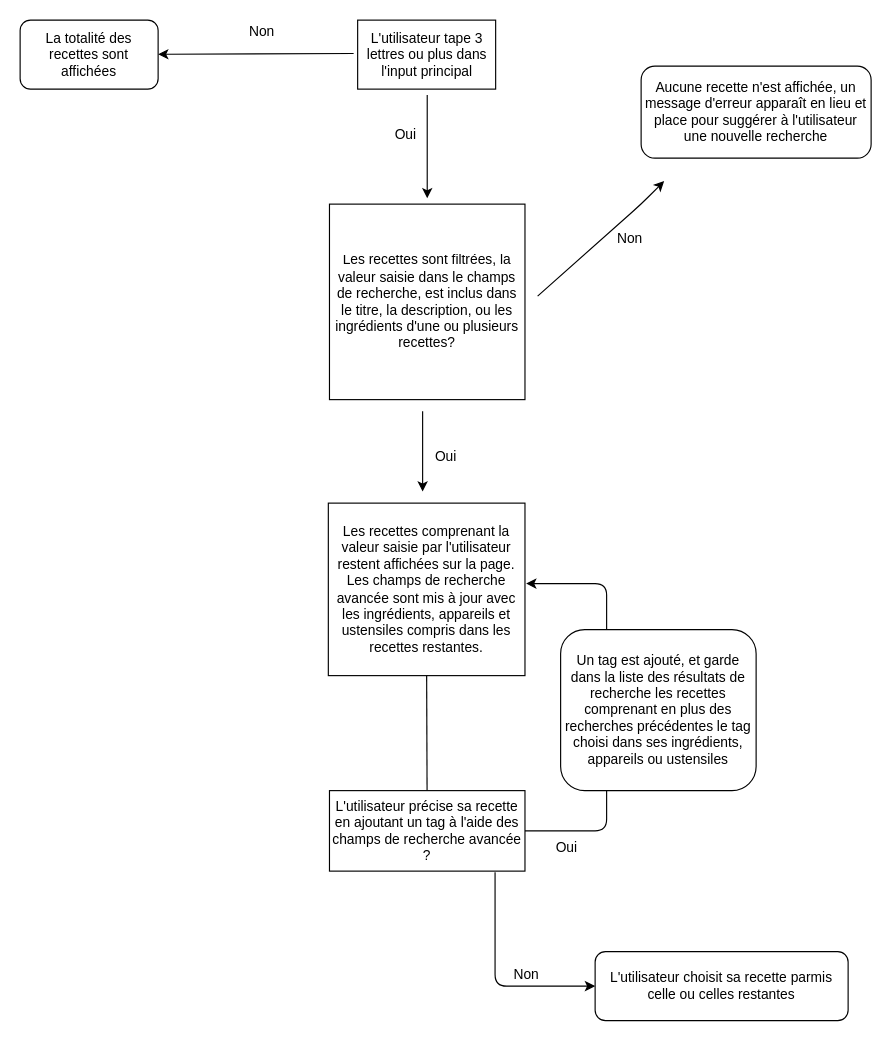
Earlier version of the draw.io diagram Untitled Diagram.drawio (Ngc1987/Les-petits-plats). Source tidied: cells renumbered, new cells numbered last; positions are measured from the earlier drawing's top-left corner, leaving out a move shared by most shapes. Both pictures are drawn from the tidied source at 115%, with x=0, y=0 at pixel (20, 20).
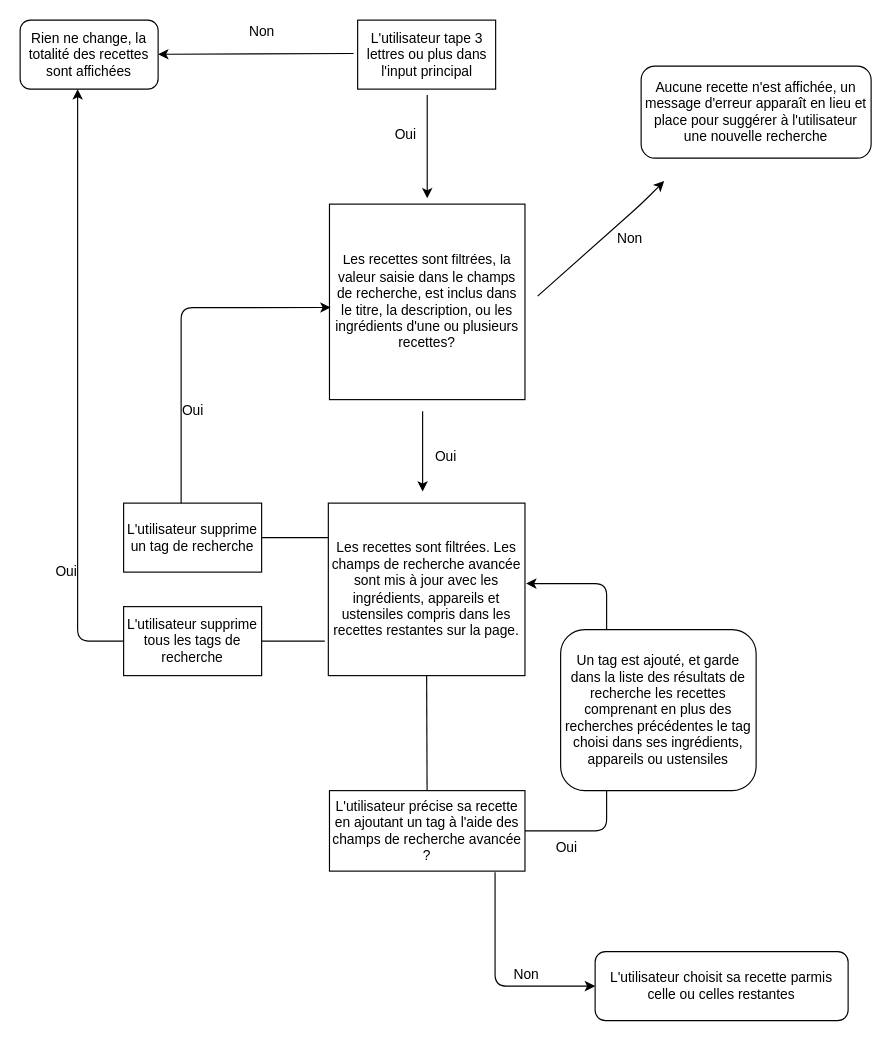
Above is the later version.

Commit message:
Update diagram of algo 1

Unchanged cells that the change refers to:
```xml
<mxCell id="8" value="&lt;span&gt;Les recettes sont filtrées, la valeur saisie dans le champs de recherche, est inclus dans le titre, la description, ou les ingrédients d'une ou plusieurs recettes?&lt;/span&gt;" style="whiteSpace=wrap;html=1;" parent="1" vertex="1">
  <mxGeometry x="269" y="160" width="170" height="170" as="geometry" />
</mxCell>
```

Diff of the diagram source:
```diff
@@
-    <mxCell id="2" value="La totalité des recettes sont affichées" style="rounded=1;whiteSpace=wrap;html=1;" parent="1" vertex="1">
+    <mxCell id="2" value="Rien ne change, la totalité des recettes sont affichées" style="rounded=1;whiteSpace=wrap;html=1;" parent="1" vertex="1">
       <mxGeometry width="120" height="60" as="geometry" />
     </mxCell>
@@
-    <mxCell id="12" value="Les recettes comprenant la valeur saisie par l'utilisateur restent affichées sur la page. Les champs de recherche avancée sont mis à jour avec les ingrédients, appareils et ustensiles compris dans les recettes restantes." style="rounded=0;whiteSpace=wrap;html=1;" parent="1" vertex="1">
+    <mxCell id="12" value="Les recettes sont filtrées. Les champs de recherche avancée sont mis à jour avec les ingrédients, appareils et ustensiles compris dans les recettes restantes sur la page." style="rounded=0;whiteSpace=wrap;html=1;" parent="1" vertex="1">
       <mxGeometry x="268" y="420" width="171" height="150" as="geometry" />
     </mxCell>
@@
+    <mxCell id="23" value="L'utilisateur supprime tous&amp;nbsp;les tags de recherche" style="rounded=0;whiteSpace=wrap;html=1;" parent="1" vertex="1">
+      <mxGeometry x="90" y="510" width="120" height="60" as="geometry" />
+    </mxCell>
+    <mxCell id="24" value="L'utilisateur supprime un tag de recherche" style="rounded=0;whiteSpace=wrap;html=1;" parent="1" vertex="1">
+      <mxGeometry x="90" y="420" width="120" height="60" as="geometry" />
+    </mxCell>
+    <mxCell id="25" style="endArrow=none;html=1;entryX=0;entryY=0.2;entryDx=0;entryDy=0;entryPerimeter=0;" parent="1" edge="1" target="12">
+      <mxGeometry relative="1" as="geometry">
+        <mxPoint x="210" y="450" as="sourcePoint" />
+      </mxGeometry>
+    </mxCell>
+    <mxCell id="26" style="endArrow=none;html=1;entryX=-0.018;entryY=0.8;entryDx=0;entryDy=0;entryPerimeter=0;" parent="1" edge="1" target="12">
+      <mxGeometry relative="1" as="geometry">
+        <mxPoint x="210" y="540" as="sourcePoint" />
+      </mxGeometry>
+    </mxCell>
+    <mxCell id="27" style="endArrow=classic;html=1;exitX=0;exitY=0.5;exitDx=0;exitDy=0;" parent="1" edge="1" source="23">
+      <mxGeometry relative="1" as="geometry">
+        <mxPoint x="50" y="60" as="targetPoint" />
+        <Array as="points">
+          <mxPoint x="50" y="540" />
+        </Array>
+      </mxGeometry>
+    </mxCell>
+    <mxCell id="28" value="Oui" style="text;html=1;align=center;verticalAlign=middle;strokeColor=none;" parent="1" vertex="1">
+      <mxGeometry x="25" y="470" width="30" height="20" as="geometry" />
+    </mxCell>
+    <mxCell id="29" style="endArrow=classic;html=1;entryX=0.006;entryY=0.529;entryDx=0;entryDy=0;entryPerimeter=0;" parent="1" edge="1" target="8">
+      <mxGeometry relative="1" as="geometry">
+        <mxPoint x="140" y="420" as="sourcePoint" />
+        <Array as="points">
+          <mxPoint x="140" y="250" />
+        </Array>
+      </mxGeometry>
+    </mxCell>
+    <mxCell id="30" value="Oui" style="text;html=1;align=center;verticalAlign=middle;strokeColor=none;" parent="1" vertex="1">
+      <mxGeometry x="135" y="330" width="30" height="20" as="geometry" />
+    </mxCell>
```
